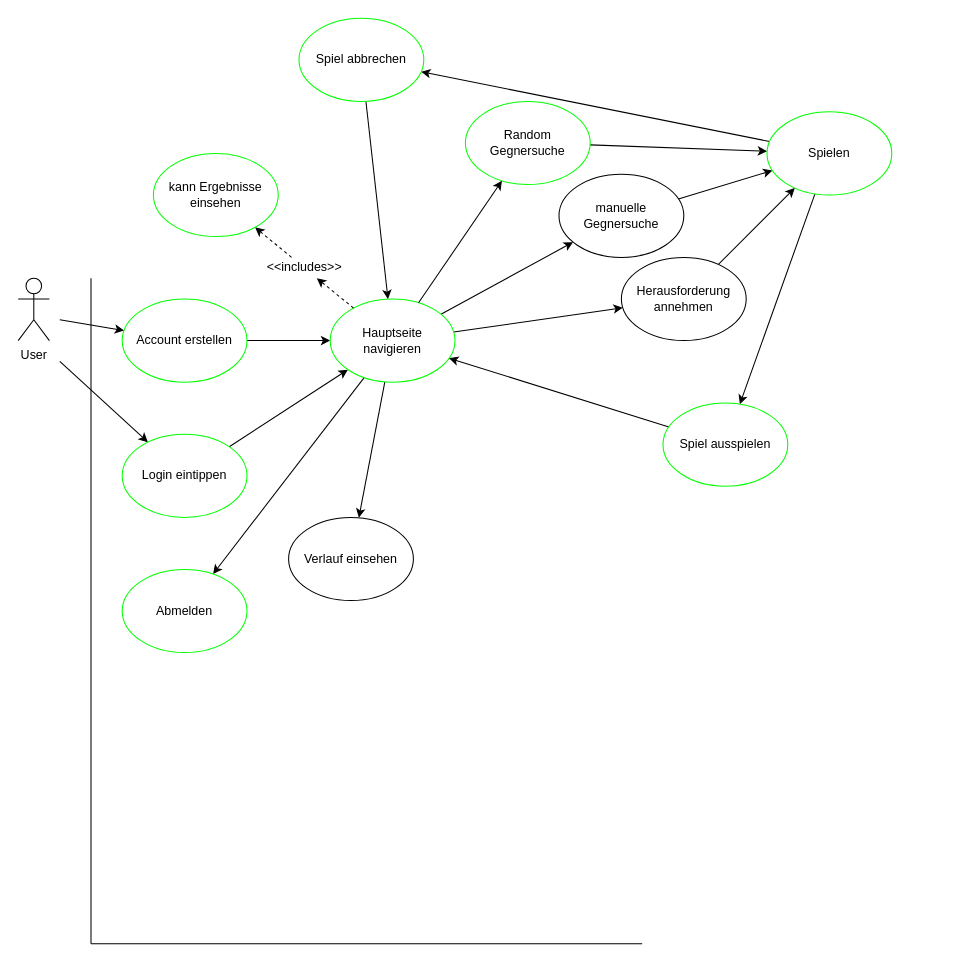
ChroniclesOfTheRedeemed/VierGewinntLernFeld12 keeps this draw.io diagram as page "Use Case Krass" (3 of 3) of Konzepte.drawio. Above is the earlier version. Source tidied: cells renumbered, new cells numbered last; positions are measured from the earlier drawing's top-left corner, leaving out a move shared by most shapes. Both pictures are drawn from the tidied source at 104%, with x=0, y=0 at pixel (18, 18).
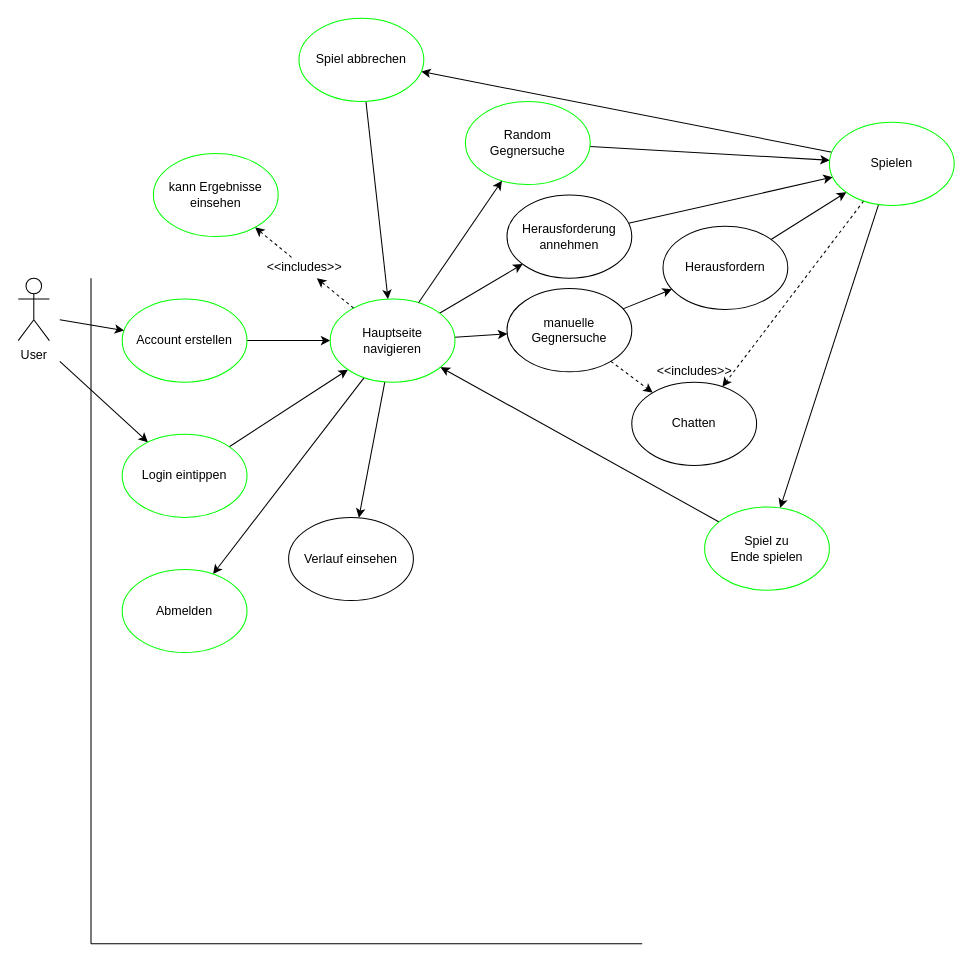
Above is the later version.

The edit, as a diff of the source:
```diff
@@
-    <mxCell id="21" style="edgeStyle=none;rounded=0;jettySize=auto;html=1;" parent="1" edge="1" source="22" target="25">
-      <mxGeometry relative="1" as="geometry" />
-    </mxCell>
+    <mxCell id="36" style="rounded=0;jettySize=auto;html=1;" parent="1" edge="1" source="22" target="41">
+      <mxGeometry relative="1" as="geometry" />
+    </mxCell>
+    <mxCell id="37" style="edgeStyle=none;rounded=0;jettySize=auto;html=1;dashed=1;" parent="1" edge="1" source="22" target="39">
+      <mxGeometry relative="1" as="geometry" />
+    </mxCell>
     <mxCell id="22" value="manuelle Gegnersuche" style="ellipse;whiteSpace=wrap;html=1;" parent="1" vertex="1">
-      <mxGeometry x="520" y="150" width="120" height="80" as="geometry" />
+      <mxGeometry x="470" y="260" width="120" height="80" as="geometry" />
     </mxCell>
@@
+    <mxCell id="38" style="edgeStyle=none;rounded=0;jettySize=auto;html=1;dashed=1;" parent="1" edge="1" source="25" target="39">
+      <mxGeometry relative="1" as="geometry" />
+    </mxCell>
     <mxCell id="25" value="Spielen" style="ellipse;whiteSpace=wrap;html=1;strokeColor=#00FF00;" parent="1" vertex="1">
-      <mxGeometry x="720" y="90" width="120" height="80" as="geometry" />
+      <mxGeometry x="780" y="100" width="120" height="80" as="geometry" />
     </mxCell>
@@
     <mxCell id="27" value="Herausforderung annehmen" style="ellipse;whiteSpace=wrap;html=1;" parent="1" vertex="1">
-      <mxGeometry x="580" y="230" width="120" height="80" as="geometry" />
+      <mxGeometry x="470" y="170" width="120" height="80" as="geometry" />
     </mxCell>
@@
-    <mxCell id="31" value="Spiel ausspielen" style="ellipse;whiteSpace=wrap;html=1;strokeColor=#00FF00;" parent="1" vertex="1">
-      <mxGeometry x="620" y="370" width="120" height="80" as="geometry" />
+    <mxCell id="31" value="Spiel zu &lt;br&gt;Ende spielen" style="ellipse;whiteSpace=wrap;html=1;strokeColor=#00FF00;" parent="1" vertex="1">
+      <mxGeometry x="660" y="470" width="120" height="80" as="geometry" />
     </mxCell>
@@
+    <mxCell id="39" value="Chatten" style="ellipse;whiteSpace=wrap;html=1;" parent="1" vertex="1">
+      <mxGeometry x="590" y="350" width="120" height="80" as="geometry" />
+    </mxCell>
+    <mxCell id="40" style="edgeStyle=none;rounded=0;jettySize=auto;html=1;" parent="1" edge="1" source="41" target="25">
+      <mxGeometry relative="1" as="geometry" />
+    </mxCell>
+    <mxCell id="41" value="Herausfordern" style="ellipse;whiteSpace=wrap;html=1;" parent="1" vertex="1">
+      <mxGeometry x="620" y="200" width="120" height="80" as="geometry" />
+    </mxCell>
+    <mxCell id="42" value="&amp;lt;&amp;lt;includes&amp;gt;&amp;gt;" style="text;html=1;align=center;verticalAlign=middle;" parent="1" vertex="1">
+      <mxGeometry x="605" y="330" width="90" height="20" as="geometry" />
+    </mxCell>
```
